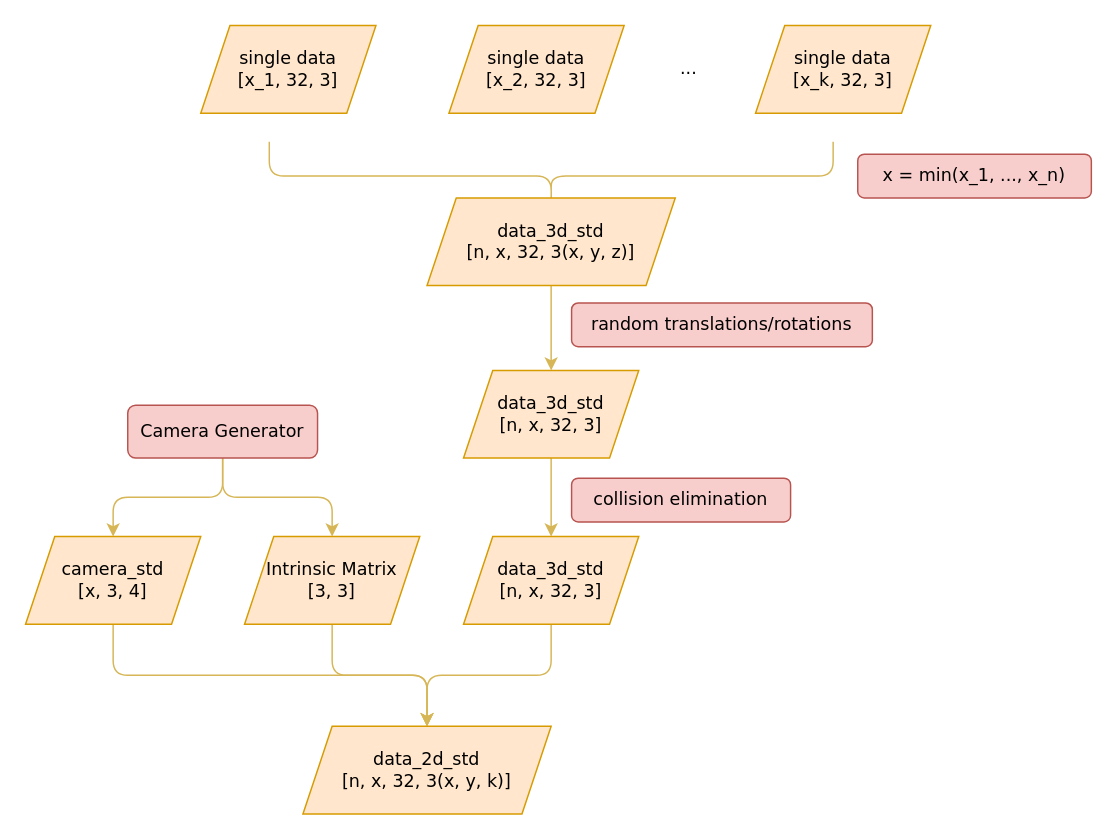
The draw.io diagram Graphs/DataEnhancementAlgo.drawio in rese1f/Self-supervised-Cross-view-3D-Human-Pose-Estimation-and-Localization-in-Video, before the edit. Source tidied: cells renumbered, new cells numbered last; positions are measured from the earlier drawing's top-left corner, leaving out a move shared by most shapes. Both pictures are drawn from the tidied source at 146%, with x=0, y=0 at pixel (25, -107).
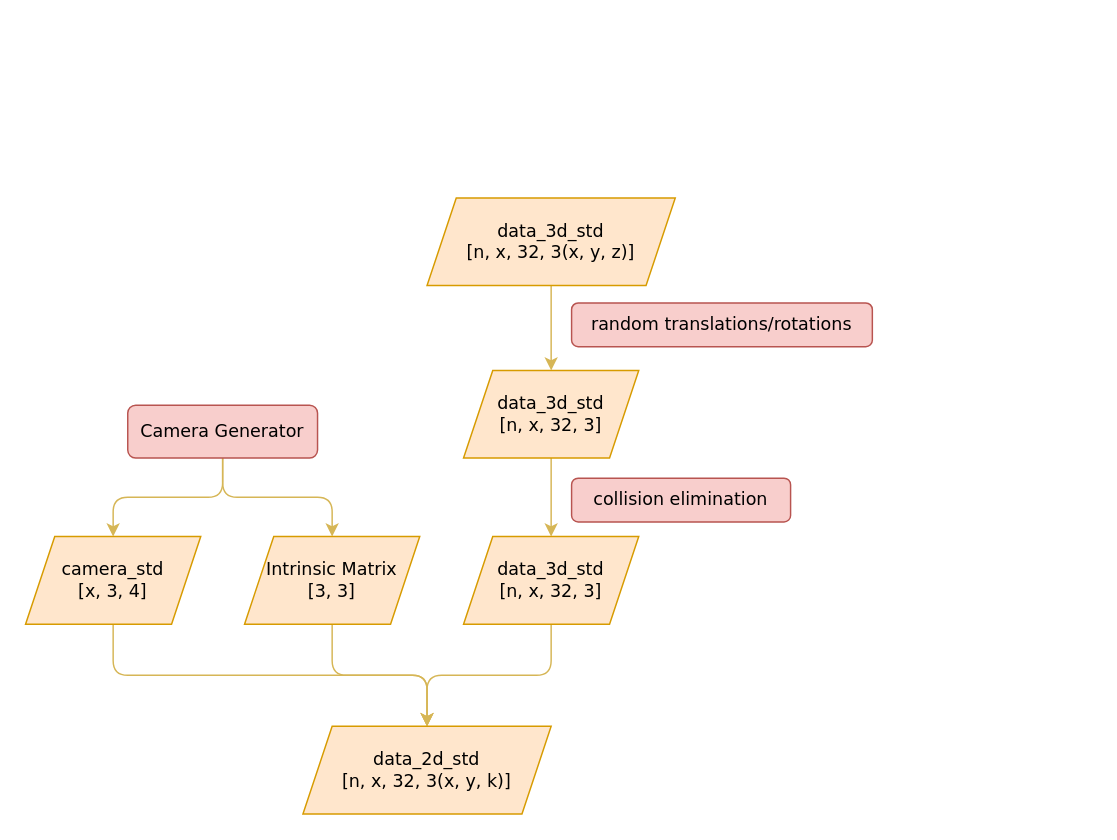
After the change.

Diff of the diagram source:
```diff
@@
-    <mxCell id="2" value="single data&lt;br&gt;[x_1, 32, 3]" style="shape=parallelogram;perimeter=parallelogramPerimeter;whiteSpace=wrap;html=1;fixedSize=1;fontFamily=Verdana;fillColor=#ffe6cc;strokeColor=#d79b00;" parent="1" vertex="1">
-      <mxGeometry x="120" y="90" width="120" height="60" as="geometry" />
-    </mxCell>
-    <mxCell id="3" value="single data&lt;br&gt;[x_2, 32, 3]" style="shape=parallelogram;perimeter=parallelogramPerimeter;whiteSpace=wrap;html=1;fixedSize=1;fontFamily=Verdana;fillColor=#ffe6cc;strokeColor=#d79b00;" parent="1" vertex="1">
-      <mxGeometry x="290" y="90" width="120" height="60" as="geometry" />
-    </mxCell>
-    <mxCell id="4" value="..." style="text;html=1;align=center;verticalAlign=middle;fontFamily=Verdana;" parent="1" vertex="1">
-      <mxGeometry x="439" y="110" width="30" height="20" as="geometry" />
-    </mxCell>
-    <mxCell id="5" value="single data&lt;br&gt;[x_k, 32, 3]" style="shape=parallelogram;perimeter=parallelogramPerimeter;whiteSpace=wrap;html=1;fixedSize=1;fontFamily=Verdana;fillColor=#ffe6cc;strokeColor=#d79b00;" parent="1" vertex="1">
-      <mxGeometry x="500" y="90" width="120" height="60" as="geometry" />
-    </mxCell>
-    <mxCell id="6" style="shape=curlyBracket;whiteSpace=wrap;html=1;rounded=1;fontFamily=Verdana;rotation=-90;fillColor=#fff2cc;strokeColor=#d6b656;" parent="1" vertex="1">
-      <mxGeometry x="336.6" width="46.9" height="386.2" as="geometry" />
-    </mxCell>
-    <mxCell id="7" value="x = min(x_1, ..., x_n)" style="whiteSpace=wrap;html=1;fontFamily=Verdana;rounded=1;fillColor=#f8cecc;strokeColor=#b85450;" parent="1" vertex="1">
-      <mxGeometry x="570" y="178.1" width="160" height="30" as="geometry" />
-    </mxCell>
```
